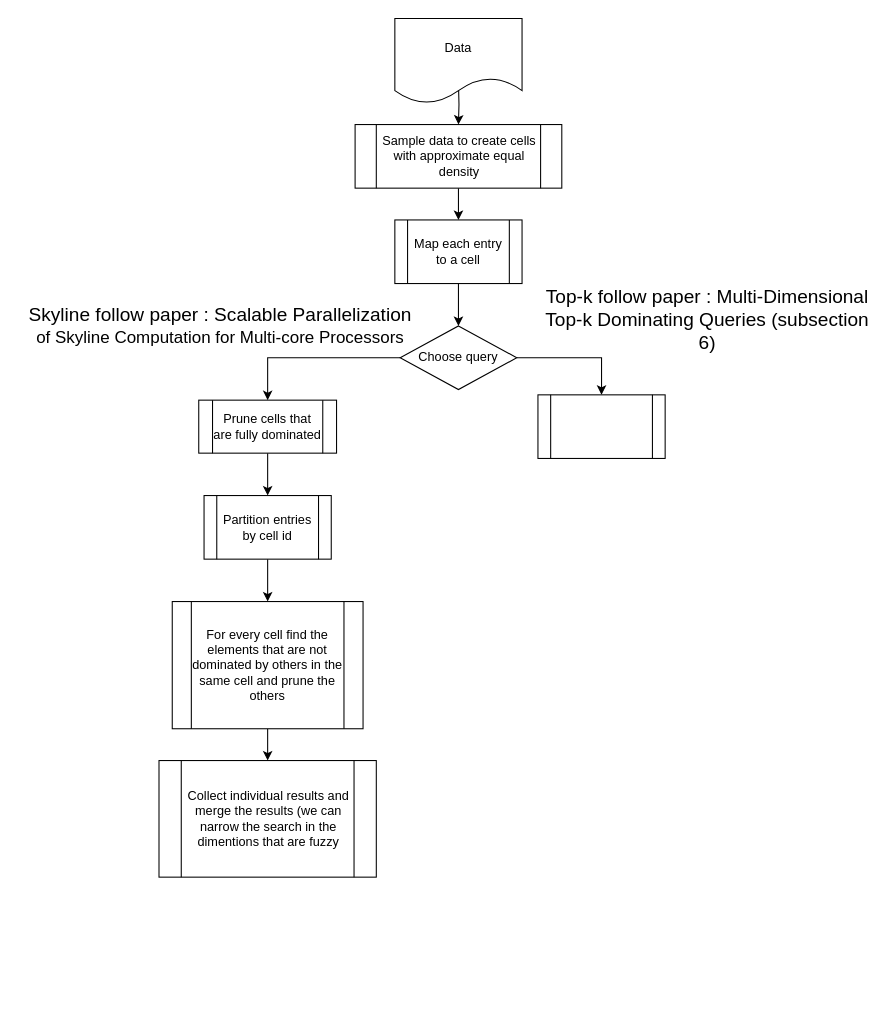
KyraStyl/SkylineSpark keeps this draw.io diagram as Data_Generation/Untitled Diagram.drawio. Above is the earlier version. Source tidied: cells renumbered, new cells numbered last; positions are measured from the earlier drawing's top-left corner, leaving out a move shared by most shapes. Both pictures are drawn from the tidied source at 106%, with x=0, y=0 at pixel (18, 18).
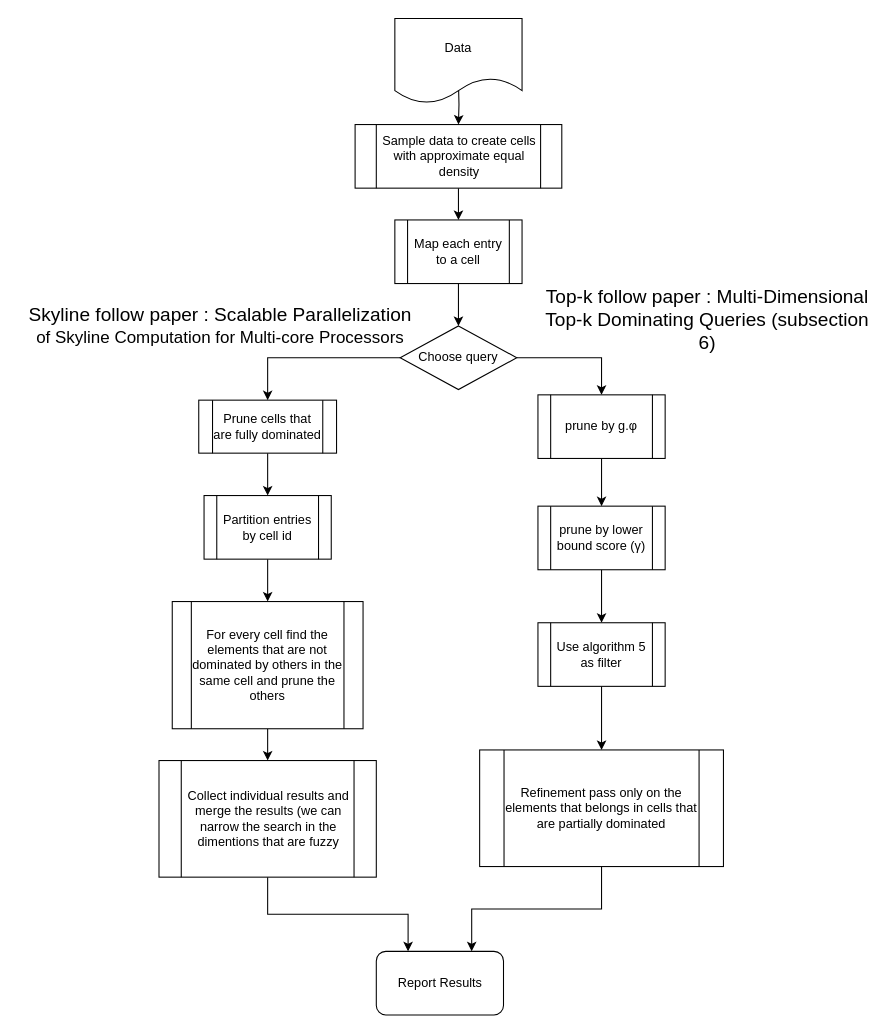
The same page after the edit.

The change refers to these unchanged cells:
```xml
<mxCell id="18" value="Collect individual results and merge the results (we can narrow the search in the dimentions that are fuzzy" style="shape=process;whiteSpace=wrap;html=1;backgroundOutline=1;" parent="1" vertex="1">
  <mxGeometry x="132.5" y="700" width="205" height="110" as="geometry" />
</mxCell>
```

Diff of the diagram source:
```diff
@@
+    <mxCell id="21" style="edgeStyle=orthogonalEdgeStyle;rounded=0;jettySize=auto;html=1;entryX=0.25;entryY=0;entryDx=0;entryDy=0;" parent="1" edge="1" source="18" target="29">
+      <mxGeometry relative="1" as="geometry" />
+    </mxCell>
@@
+    <mxCell id="22" style="edgeStyle=orthogonalEdgeStyle;rounded=0;jettySize=auto;html=1;" parent="1" edge="1" source="19" target="24">
+      <mxGeometry relative="1" as="geometry" />
+    </mxCell>
-    <mxCell id="19" style="shape=process;whiteSpace=wrap;html=1;backgroundOutline=1;" parent="1" vertex="1">
+    <mxCell id="19" value="prune by g.φ" style="shape=process;whiteSpace=wrap;html=1;backgroundOutline=1;" parent="1" vertex="1">
       <mxGeometry x="490" y="355" width="120" height="60" as="geometry" />
     </mxCell>
@@
+    <mxCell id="23" style="edgeStyle=orthogonalEdgeStyle;rounded=0;jettySize=auto;html=1;" parent="1" edge="1" source="24" target="26">
+      <mxGeometry relative="1" as="geometry" />
+    </mxCell>
+    <mxCell id="24" value="prune by lower bound score (γ)" style="shape=process;whiteSpace=wrap;html=1;backgroundOutline=1;" parent="1" vertex="1">
+      <mxGeometry x="490" y="460" width="120" height="60" as="geometry" />
+    </mxCell>
+    <mxCell id="25" style="edgeStyle=orthogonalEdgeStyle;rounded=0;jettySize=auto;html=1;" parent="1" edge="1" source="26" target="28">
+      <mxGeometry relative="1" as="geometry" />
+    </mxCell>
+    <mxCell id="26" value="Use algorithm 5 as filter" style="shape=process;whiteSpace=wrap;html=1;backgroundOutline=1;" parent="1" vertex="1">
+      <mxGeometry x="490" y="570" width="120" height="60" as="geometry" />
+    </mxCell>
+    <mxCell id="27" style="edgeStyle=orthogonalEdgeStyle;rounded=0;jettySize=auto;html=1;entryX=0.75;entryY=0;entryDx=0;entryDy=0;" parent="1" edge="1" source="28" target="29">
+      <mxGeometry relative="1" as="geometry" />
+    </mxCell>
+    <mxCell id="28" value="Refinement pass only on the elements that belongs in cells that are partially dominated" style="shape=process;whiteSpace=wrap;html=1;backgroundOutline=1;" parent="1" vertex="1">
+      <mxGeometry x="435" y="690" width="230" height="110" as="geometry" />
+    </mxCell>
+    <mxCell id="29" value="Report Results" style="rounded=1;whiteSpace=wrap;html=1;" parent="1" vertex="1">
+      <mxGeometry x="337.5" y="880" width="120" height="60" as="geometry" />
+    </mxCell>
```
